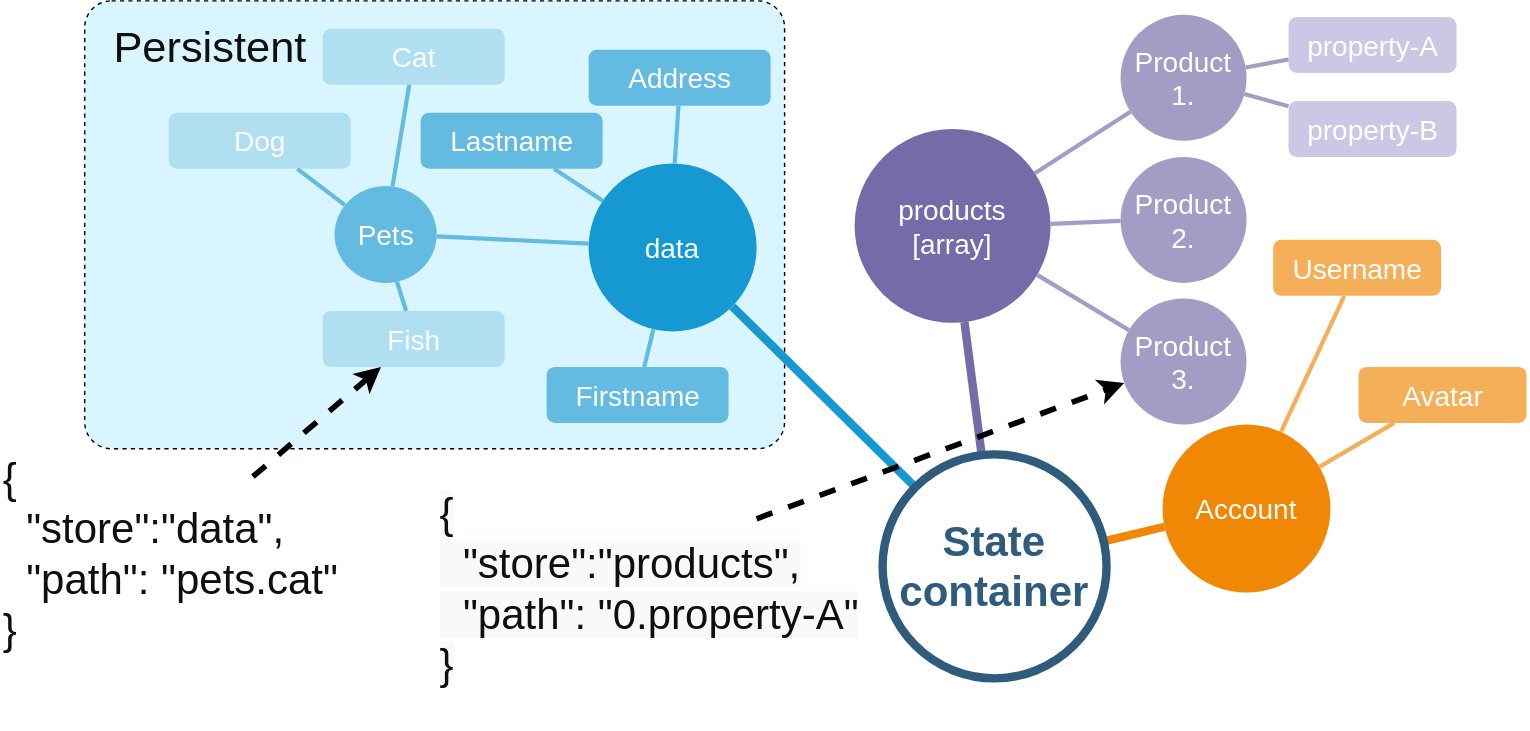
The draw.io diagram packages/docs-site/src/assets/state-container.svg in fodori/jsonui, before a commit. Source tidied: cells renumbered, new cells last; positions are measured from the earlier drawing's top-left corner, leaving out a move shared by most shapes. The source it was exported from:
```xml
<mxGraphModel>
  <root>
    <mxCell id="0" />
    <mxCell id="1" parent="0" />
    <mxCell id="2" value="Persistent" style="rounded=1;fillColor=#D9F5FF;strokeColor=default;strokeWidth=1;shadow=0;html=1;fontColor=#0F0F0F;arcSize=6;align=left;labelPosition=center;verticalLabelPosition=middle;verticalAlign=top;fontSize=31;horizontal=1;spacingLeft=19;spacingTop=8;gradientColor=none;dashed=1;" parent="1" vertex="1">
      <mxGeometry x="60" width="500" height="320" as="geometry" />
    </mxCell>
    <mxCell id="3" value="data" style="ellipse;whiteSpace=wrap;html=1;shadow=0;fontFamily=Helvetica;fontSize=20;fontColor=#FFFFFF;align=center;strokeWidth=3;fillColor=#1699D3;strokeColor=none;" parent="1" vertex="1">
      <mxGeometry x="420" y="116.1" width="120" height="120" as="geometry" />
    </mxCell>
    <mxCell id="4" value="Account" style="ellipse;whiteSpace=wrap;html=1;shadow=0;fontFamily=Helvetica;fontSize=20;fontColor=#FFFFFF;align=center;strokeWidth=3;fillColor=#F08705;strokeColor=none;gradientColor=none;" parent="1" vertex="1">
      <mxGeometry x="830" y="302.7" width="120" height="120" as="geometry" />
    </mxCell>
    <mxCell id="5" style="endArrow=none;strokeWidth=6;strokeColor=#1699D3;html=1;" parent="1" edge="1" source="18" target="3">
      <mxGeometry relative="1" as="geometry" />
    </mxCell>
    <mxCell id="6" style="endArrow=none;strokeWidth=6;strokeColor=#f08705;html=1;" parent="1" edge="1" source="18" target="4">
      <mxGeometry relative="1" as="geometry" />
    </mxCell>
    <mxCell id="7" style="endArrow=none;strokeWidth=6;strokeColor=#736CA8;html=1;" parent="1" edge="1" source="18" target="19">
      <mxGeometry relative="1" as="geometry" />
    </mxCell>
    <mxCell id="8" value="Firstname" style="rounded=1;fillColor=#64BBE2;strokeColor=none;strokeWidth=3;shadow=0;html=1;fontColor=#FFFFFF;fontSize=20;" parent="1" vertex="1">
      <mxGeometry x="390" y="261.5" width="130" height="40" as="geometry" />
    </mxCell>
    <mxCell id="9" value="Lastname" style="rounded=1;fillColor=#64BBE2;strokeColor=none;strokeWidth=3;shadow=0;html=1;fontColor=#FFFFFF;fontSize=20;" parent="1" vertex="1">
      <mxGeometry x="300" y="80" width="130" height="40" as="geometry" />
    </mxCell>
    <mxCell id="10" value="Address" style="rounded=1;fillColor=#64BBE2;strokeColor=none;strokeWidth=3;shadow=0;html=1;fontColor=#FFFFFF;fontSize=20;" parent="1" vertex="1">
      <mxGeometry x="420" y="35" width="130" height="40" as="geometry" />
    </mxCell>
    <mxCell id="11" style="edgeStyle=none;endArrow=none;strokeWidth=3;strokeColor=#64BBE2;html=1;" parent="1" edge="1" source="3" target="8">
      <mxGeometry x="-221.5" y="56.5" as="geometry" />
    </mxCell>
    <mxCell id="12" style="edgeStyle=none;endArrow=none;strokeWidth=3;strokeColor=#64BBE2;html=1;" parent="1" edge="1" source="3" target="9">
      <mxGeometry x="-221.5" y="56.5" as="geometry" />
    </mxCell>
    <mxCell id="13" style="edgeStyle=none;endArrow=none;strokeWidth=3;strokeColor=#64BBE2;html=1;" parent="1" edge="1" source="3" target="10">
      <mxGeometry x="-221.5" y="56.5" as="geometry" />
    </mxCell>
    <mxCell id="14" value="Avatar" style="rounded=1;fillColor=#f5af58;strokeColor=none;strokeWidth=3;shadow=0;html=1;fontColor=#FFFFFF;fontSize=20;" parent="1" vertex="1">
      <mxGeometry x="970" y="261.5" width="120" height="40" as="geometry" />
    </mxCell>
    <mxCell id="15" value="Username" style="rounded=1;fillColor=#f5af58;strokeColor=none;strokeWidth=3;shadow=0;html=1;fontColor=#FFFFFF;fontSize=20;" parent="1" vertex="1">
      <mxGeometry x="909" y="170.8" width="120" height="40" as="geometry" />
    </mxCell>
    <mxCell id="16" style="edgeStyle=none;endArrow=none;strokeWidth=3;strokeColor=#F5AF58;html=1;" parent="1" edge="1" source="4" target="14">
      <mxGeometry x="909" y="-15.8" as="geometry" />
    </mxCell>
    <mxCell id="17" style="edgeStyle=none;endArrow=none;strokeWidth=3;strokeColor=#F5AF58;html=1;" parent="1" edge="1" source="4" target="15">
      <mxGeometry x="909" y="-15.8" as="geometry" />
    </mxCell>
    <mxCell id="18" value="State container" style="ellipse;whiteSpace=wrap;html=1;shadow=0;fontFamily=Helvetica;fontSize=30;fontColor=#2F5B7C;align=center;strokeColor=#2F5B7C;strokeWidth=6;fillColor=#FFFFFF;fontStyle=1;gradientColor=none;" parent="1" vertex="1">
      <mxGeometry x="630" y="324" width="160" height="160" as="geometry" />
    </mxCell>
    <mxCell id="19" value="products [array]" style="ellipse;whiteSpace=wrap;html=1;shadow=0;fontFamily=Helvetica;fontSize=20;fontColor=#FFFFFF;align=center;strokeWidth=3;fillColor=#736ca8;strokeColor=none;" parent="1" vertex="1">
      <mxGeometry x="610" y="91.5" width="140" height="138.5" as="geometry" />
    </mxCell>
    <mxCell id="20" style="edgeStyle=none;endArrow=none;strokeWidth=3;strokeColor=#A29DC5;html=1;startArrow=none;" parent="1" edge="1" source="19" target="35">
      <mxGeometry x="-524.2" y="-825" as="geometry" />
    </mxCell>
    <mxCell id="21" value="Pets" style="ellipse;whiteSpace=wrap;html=1;shadow=0;fontFamily=Helvetica;fontSize=20;fontColor=#FFFFFF;align=center;strokeWidth=3;fillColor=#64BBE2;strokeColor=none;" parent="1" vertex="1">
      <mxGeometry x="238.5" y="132.2" width="73" height="69.2" as="geometry" />
    </mxCell>
    <mxCell id="22" style="edgeStyle=none;endArrow=none;strokeWidth=3;strokeColor=#64BBE2;html=1;" parent="1" edge="1" source="3" target="21">
      <mxGeometry x="-211.5" y="66.5" as="geometry" />
    </mxCell>
    <mxCell id="23" value="Dog" style="rounded=1;fillColor=#AFDFF0;strokeColor=none;strokeWidth=3;shadow=0;html=1;fontColor=#FFFFFF;fontSize=20;" parent="1" vertex="1">
      <mxGeometry x="120" y="80" width="130" height="40" as="geometry" />
    </mxCell>
    <mxCell id="24" value="Cat" style="rounded=1;fillColor=#AFDFF0;strokeColor=none;strokeWidth=3;shadow=0;html=1;fontColor=#FFFFFF;fontSize=20;" parent="1" vertex="1">
      <mxGeometry x="230" y="20" width="130" height="40" as="geometry" />
    </mxCell>
    <mxCell id="25" value="&lt;font style=&quot;font-size: 20px;&quot;&gt;Fish&lt;/font&gt;" style="rounded=1;fillColor=#AFDFF0;strokeColor=none;strokeWidth=3;shadow=0;html=1;fontColor=#FFFFFF;fontSize=13;" parent="1" vertex="1">
      <mxGeometry x="230" y="221.5" width="130" height="40" as="geometry" />
    </mxCell>
    <mxCell id="26" style="edgeStyle=none;endArrow=none;strokeWidth=3;strokeColor=#64BBE2;html=1;" parent="1" edge="1" source="21" target="25">
      <mxGeometry x="-449.2" y="51.1" as="geometry" />
    </mxCell>
    <mxCell id="27" style="edgeStyle=none;endArrow=none;strokeWidth=3;strokeColor=#64BBE2;html=1;" parent="1" edge="1" source="21" target="24">
      <mxGeometry x="-439.2" y="61.1" as="geometry" />
    </mxCell>
    <mxCell id="28" style="edgeStyle=none;endArrow=none;strokeWidth=3;strokeColor=#64BBE2;html=1;" parent="1" edge="1" source="21" target="23">
      <mxGeometry x="-429.2" y="71.1" as="geometry" />
    </mxCell>
    <mxCell id="29" style="edgeStyle=orthogonalEdgeStyle;rounded=0;orthogonalLoop=1;jettySize=auto;html=1;exitX=0.5;exitY=1;exitDx=0;exitDy=0;fontSize=20;fontColor=#0F0F0F;" parent="1" edge="1" source="2" target="2">
      <mxGeometry relative="1" as="geometry" />
    </mxCell>
    <mxCell id="30" style="edgeStyle=none;endArrow=none;strokeWidth=3;strokeColor=#A29DC5;html=1;" parent="1" edge="1" source="19" target="34">
      <mxGeometry x="-514.2" y="-815" as="geometry" />
    </mxCell>
    <mxCell id="31" value="property-A" style="rounded=1;fillColor=#CBC8E6;strokeColor=none;strokeWidth=3;shadow=0;html=1;fontColor=#FFFFFF;fontSize=20;" parent="1" vertex="1">
      <mxGeometry x="920" y="11.5" width="120" height="40" as="geometry" />
    </mxCell>
    <mxCell id="32" value="Product 3." style="ellipse;whiteSpace=wrap;html=1;shadow=0;fontFamily=Helvetica;fontSize=20;fontColor=#FFFFFF;align=center;strokeWidth=3;fillColor=#A29DC5;strokeColor=none;" parent="1" vertex="1">
      <mxGeometry x="800" y="212.7" width="90" height="90" as="geometry" />
    </mxCell>
    <mxCell id="33" style="edgeStyle=none;endArrow=none;strokeWidth=3;strokeColor=#A29DC5;html=1;" parent="1" edge="1" source="19" target="32">
      <mxGeometry x="-524.2" y="-825" as="geometry" />
    </mxCell>
    <mxCell id="34" value="Product 1." style="ellipse;whiteSpace=wrap;html=1;shadow=0;fontFamily=Helvetica;fontSize=20;fontColor=#FFFFFF;align=center;strokeWidth=3;fillColor=#A29DC5;strokeColor=none;" parent="1" vertex="1">
      <mxGeometry x="800" y="10" width="90" height="90" as="geometry" />
    </mxCell>
    <mxCell id="35" value="Product 2." style="ellipse;whiteSpace=wrap;html=1;shadow=0;fontFamily=Helvetica;fontSize=20;fontColor=#FFFFFF;align=center;strokeWidth=3;fillColor=#A29DC5;strokeColor=none;" parent="1" vertex="1">
      <mxGeometry x="800" y="111.5" width="90" height="90" as="geometry" />
    </mxCell>
    <mxCell id="36" value="property-B" style="rounded=1;fillColor=#CBC8E6;strokeColor=none;strokeWidth=3;shadow=0;html=1;fontColor=#FFFFFF;fontSize=20;" parent="1" vertex="1">
      <mxGeometry x="920" y="71.5" width="120" height="40" as="geometry" />
    </mxCell>
    <mxCell id="37" style="edgeStyle=none;endArrow=none;strokeWidth=3;strokeColor=#A29DC5;html=1;" parent="1" edge="1" source="34" target="31">
      <mxGeometry x="-504.2" y="-805" as="geometry" />
    </mxCell>
    <mxCell id="38" style="edgeStyle=none;endArrow=none;strokeWidth=3;strokeColor=#A29DC5;html=1;" parent="1" edge="1" source="34" target="36">
      <mxGeometry x="-494.2" y="-795" as="geometry" />
    </mxCell>
    <mxCell id="39" value="{&lt;br&gt;&amp;nbsp; &quot;store&quot;:&quot;data&quot;,&lt;br&gt;&amp;nbsp; &quot;path&quot;: &quot;pets.cat&quot;&lt;br&gt;}" style="text;html=1;strokeColor=none;fillColor=none;align=left;verticalAlign=middle;whiteSpace=wrap;rounded=0;dashed=1;fontSize=30;fontColor=#0F0F0F;" parent="1" vertex="1">
      <mxGeometry y="320" width="320" height="150" as="geometry" />
    </mxCell>
    <mxCell id="40" value="&lt;span style=&quot;color: rgb(15, 15, 15); font-family: Helvetica; font-size: 30px; font-style: normal; font-variant-ligatures: normal; font-variant-caps: normal; font-weight: 400; letter-spacing: normal; orphans: 2; text-align: left; text-indent: 0px; text-transform: none; widows: 2; word-spacing: 0px; -webkit-text-stroke-width: 0px; background-color: rgb(248, 249, 250); text-decoration-thickness: initial; text-decoration-style: initial; text-decoration-color: initial; float: none; display: inline !important;&quot;&gt;{&lt;/span&gt;&lt;br style=&quot;color: rgb(15, 15, 15); font-family: Helvetica; font-size: 30px; font-style: normal; font-variant-ligatures: normal; font-variant-caps: normal; font-weight: 400; letter-spacing: normal; orphans: 2; text-align: left; text-indent: 0px; text-transform: none; widows: 2; word-spacing: 0px; -webkit-text-stroke-width: 0px; background-color: rgb(248, 249, 250); text-decoration-thickness: initial; text-decoration-style: initial; text-decoration-color: initial;&quot;&gt;&lt;span style=&quot;color: rgb(15, 15, 15); font-family: Helvetica; font-size: 30px; font-style: normal; font-variant-ligatures: normal; font-variant-caps: normal; font-weight: 400; letter-spacing: normal; orphans: 2; text-align: left; text-indent: 0px; text-transform: none; widows: 2; word-spacing: 0px; -webkit-text-stroke-width: 0px; background-color: rgb(248, 249, 250); text-decoration-thickness: initial; text-decoration-style: initial; text-decoration-color: initial; float: none; display: inline !important;&quot;&gt;&amp;nbsp; &quot;store&quot;:&quot;products&quot;,&lt;/span&gt;&lt;br style=&quot;color: rgb(15, 15, 15); font-family: Helvetica; font-size: 30px; font-style: normal; font-variant-ligatures: normal; font-variant-caps: normal; font-weight: 400; letter-spacing: normal; orphans: 2; text-align: left; text-indent: 0px; text-transform: none; widows: 2; word-spacing: 0px; -webkit-text-stroke-width: 0px; background-color: rgb(248, 249, 250); text-decoration-thickness: initial; text-decoration-style: initial; text-decoration-color: initial;&quot;&gt;&lt;span style=&quot;color: rgb(15, 15, 15); font-family: Helvetica; font-size: 30px; font-style: normal; font-variant-ligatures: normal; font-variant-caps: normal; font-weight: 400; letter-spacing: normal; orphans: 2; text-align: left; text-indent: 0px; text-transform: none; widows: 2; word-spacing: 0px; -webkit-text-stroke-width: 0px; background-color: rgb(248, 249, 250); text-decoration-thickness: initial; text-decoration-style: initial; text-decoration-color: initial; float: none; display: inline !important;&quot;&gt;&amp;nbsp; &quot;path&quot;: &quot;0.property-A&quot;&lt;/span&gt;&lt;br style=&quot;color: rgb(15, 15, 15); font-family: Helvetica; font-size: 30px; font-style: normal; font-variant-ligatures: normal; font-variant-caps: normal; font-weight: 400; letter-spacing: normal; orphans: 2; text-align: left; text-indent: 0px; text-transform: none; widows: 2; word-spacing: 0px; -webkit-text-stroke-width: 0px; background-color: rgb(248, 249, 250); text-decoration-thickness: initial; text-decoration-style: initial; text-decoration-color: initial;&quot;&gt;&lt;span style=&quot;color: rgb(15, 15, 15); font-family: Helvetica; font-size: 30px; font-style: normal; font-variant-ligatures: normal; font-variant-caps: normal; font-weight: 400; letter-spacing: normal; orphans: 2; text-align: left; text-indent: 0px; text-transform: none; widows: 2; word-spacing: 0px; -webkit-text-stroke-width: 0px; background-color: rgb(248, 249, 250); text-decoration-thickness: initial; text-decoration-style: initial; text-decoration-color: initial; float: none; display: inline !important;&quot;&gt;}&lt;/span&gt;" style="text;html=1;strokeColor=none;fillColor=none;align=left;verticalAlign=middle;whiteSpace=wrap;rounded=0;dashed=1;fontSize=30;fontColor=#0F0F0F;" parent="1" vertex="1">
      <mxGeometry x="311.5" y="320" width="310" height="200" as="geometry" />
    </mxCell>
    <mxCell id="41" style="endArrow=classic;html=1;rounded=0;fontSize=20;fontColor=#0F0F0F;dashed=1;strokeWidth=4;" parent="1" edge="1" target="32">
      <mxGeometry relative="1" as="geometry">
        <mxPoint x="540" y="370" as="sourcePoint" />
      </mxGeometry>
    </mxCell>
    <mxCell id="42" style="endArrow=classic;html=1;rounded=0;fontSize=20;fontColor=#0F0F0F;dashed=1;strokeWidth=4;exitX=0.563;exitY=0.133;exitDx=0;exitDy=0;exitPerimeter=0;" parent="1" edge="1" source="39" target="25">
      <mxGeometry relative="1" as="geometry" />
    </mxCell>
  </root>
</mxGraphModel>
```
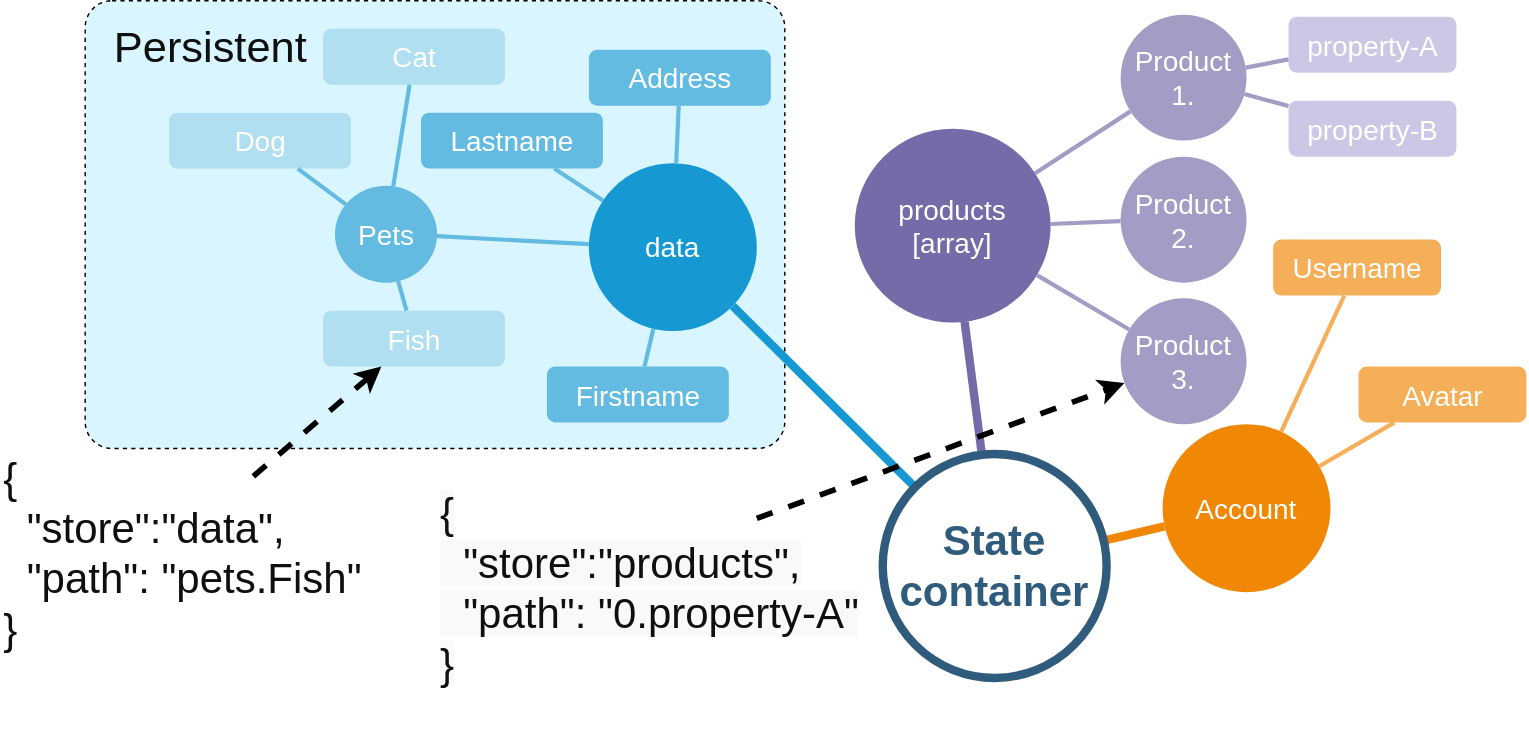
After the change.

What changed in the source:
```diff
@@ -113,19 +113,19 @@
     <mxCell id="38" style="edgeStyle=none;endArrow=none;strokeWidth=3;strokeColor=#A29DC5;html=1;" parent="1" edge="1" source="34" target="36">
       <mxGeometry x="-494.2" y="-795" as="geometry" />
     </mxCell>
-    <mxCell id="39" value="{&lt;br&gt;&amp;nbsp; &quot;store&quot;:&quot;data&quot;,&lt;br&gt;&amp;nbsp; &quot;path&quot;: &quot;pets.cat&quot;&lt;br&gt;}" style="text;html=1;strokeColor=none;fillColor=none;align=left;verticalAlign=middle;whiteSpace=wrap;rounded=0;dashed=1;fontSize=30;fontColor=#0F0F0F;" parent="1" vertex="1">
-      <mxGeometry y="320" width="320" height="150" as="geometry" />
-    </mxCell>
+    <mxCell id="43" value="{&lt;br&gt;&amp;nbsp; &quot;store&quot;:&quot;data&quot;,&lt;br&gt;&amp;nbsp; &quot;path&quot;: &quot;pets.Fish&quot;&lt;br&gt;}" style="text;html=1;strokeColor=none;fillColor=none;align=left;verticalAlign=middle;whiteSpace=wrap;rounded=0;dashed=1;fontSize=30;fontColor=#0F0F0F;" parent="1" vertex="1">
+      <mxGeometry y="320" width="320" height="150" as="geometry" />
+    </mxCell>
     <mxCell id="40" value="&lt;span style=&quot;color: rgb(15, 15, 15); font-family: Helvetica; font-size: 30px; font-style: normal; font-variant-ligatures: normal; font-variant-caps: normal; font-weight: 400; letter-spacing: normal; orphans: 2; text-align: left; text-indent: 0px; text-transform: none; widows: 2; word-spacing: 0px; -webkit-text-stroke-width: 0px; background-color: rgb(248, 249, 250); text-decoration-thickness: initial; text-decoration-style: initial; text-decoration-color: initial; float: none; display: inline !important;&quot;&gt;{&lt;/span&gt;&lt;br style=&quot;color: rgb(15, 15, 15); font-family: Helvetica; font-size: 30px; font-style: normal; font-variant-ligatures: normal; font-variant-caps: normal; font-weight: 400; letter-spacing: normal; orphans: 2; text-align: left; text-indent: 0px; text-transform: none; widows: 2; word-spacing: 0px; -webkit-text-stroke-width: 0px; background-color: rgb(248, 249, 250); text-decoration-thickness: initial; text-decoration-style: initial; text-decoration-color: initial;&quot;&gt;&lt;span style=&quot;color: rgb(15, 15, 15); font-family: Helvetica; font-size: 30px; font-style: normal; font-variant-ligatures: normal; font-variant-caps: normal; font-weight: 400; letter-spacing: normal; orphans: 2; text-align: left; text-indent: 0px; text-transform: none; widows: 2; word-spacing: 0px; -webkit-text-stroke-width: 0px; background-color: rgb(248, 249, 250); text-decoration-thickness: initial; text-decoration-style: initial; text-decoration-color: initial; float: none; display: inline !important;&quot;&gt;&amp;nbsp; &quot;store&quot;:&quot;products&quot;,&lt;/span&gt;&lt;br style=&quot;color: rgb(15, 15, 15); font-family: Helvetica; font-size: 30px; font-style: normal; font-variant-ligatures: normal; font-variant-caps: normal; font-weight: 400; letter-spacing: normal; orphans: 2; text-align: left; text-indent: 0px; text-transform: none; widows: 2; word-spacing: 0px; -webkit-text-stroke-width: 0px; background-color: rgb(248, 249, 250); text-decoration-thickness: initial; text-decoration-style: initial; text-decoration-color: initial;&quot;&gt;&lt;span style=&quot;color: rgb(15, 15, 15); font-family: Helvetica; font-size: 30px; font-style: normal; font-variant-ligatures: normal; font-variant-caps: normal; font-weight: 400; letter-spacing: normal; orphans: 2; text-align: left; text-indent: 0px; text-transform: none; widows: 2; word-spacing: 0px; -webkit-text-stroke-width: 0px; background-color: rgb(248, 249, 250); text-decoration-thickness: initial; text-decoration-style: initial; text-decoration-color: initial; float: none; display: inline !important;&quot;&gt;&amp;nbsp; &quot;path&quot;: &quot;0.property-A&quot;&lt;/span&gt;&lt;br style=&quot;color: rgb(15, 15, 15); font-family: Helvetica; font-size: 30px; font-style: normal; font-variant-ligatures: normal; font-variant-caps: normal; font-weight: 400; letter-spacing: normal; orphans: 2; text-align: left; text-indent: 0px; text-transform: none; widows: 2; word-spacing: 0px; -webkit-text-stroke-width: 0px; background-color: rgb(248, 249, 250); text-decoration-thickness: initial; text-decoration-style: initial; text-decoration-color: initial;&quot;&gt;&lt;span style=&quot;color: rgb(15, 15, 15); font-family: Helvetica; font-size: 30px; font-style: normal; font-variant-ligatures: normal; font-variant-caps: normal; font-weight: 400; letter-spacing: normal; orphans: 2; text-align: left; text-indent: 0px; text-transform: none; widows: 2; word-spacing: 0px; -webkit-text-stroke-width: 0px; background-color: rgb(248, 249, 250); text-decoration-thickness: initial; text-decoration-style: initial; text-decoration-color: initial; float: none; display: inline !important;&quot;&gt;}&lt;/span&gt;" style="text;html=1;strokeColor=none;fillColor=none;align=left;verticalAlign=middle;whiteSpace=wrap;rounded=0;dashed=1;fontSize=30;fontColor=#0F0F0F;" parent="1" vertex="1">
       <mxGeometry x="311.5" y="320" width="310" height="200" as="geometry" />
     </mxCell>
-    <mxCell id="41" style="endArrow=classic;html=1;rounded=0;fontSize=20;fontColor=#0F0F0F;dashed=1;strokeWidth=4;" parent="1" edge="1" target="32">
-      <mxGeometry relative="1" as="geometry">
-        <mxPoint x="540" y="370" as="sourcePoint" />
-      </mxGeometry>
-    </mxCell>
-    <mxCell id="42" style="endArrow=classic;html=1;rounded=0;fontSize=20;fontColor=#0F0F0F;dashed=1;strokeWidth=4;exitX=0.563;exitY=0.133;exitDx=0;exitDy=0;exitPerimeter=0;" parent="1" edge="1" source="39" target="25">
-      <mxGeometry relative="1" as="geometry" />
-    </mxCell>
+    <mxCell id="44" style="endArrow=classic;html=1;rounded=0;fontSize=20;fontColor=#0F0F0F;dashed=1;strokeWidth=4;" parent="1" edge="1" target="32">
+      <mxGeometry relative="1" as="geometry">
+        <mxPoint x="540" y="370" as="sourcePoint" />
+      </mxGeometry>
+    </mxCell>
+    <mxCell id="45" style="endArrow=classic;html=1;rounded=0;fontSize=20;fontColor=#0F0F0F;dashed=1;strokeWidth=4;exitX=0.563;exitY=0.133;exitDx=0;exitDy=0;exitPerimeter=0;" parent="1" edge="1" source="43" target="25">
+      <mxGeometry relative="1" as="geometry" />
+    </mxCell>
   </root>
 </mxGraphModel>
```
